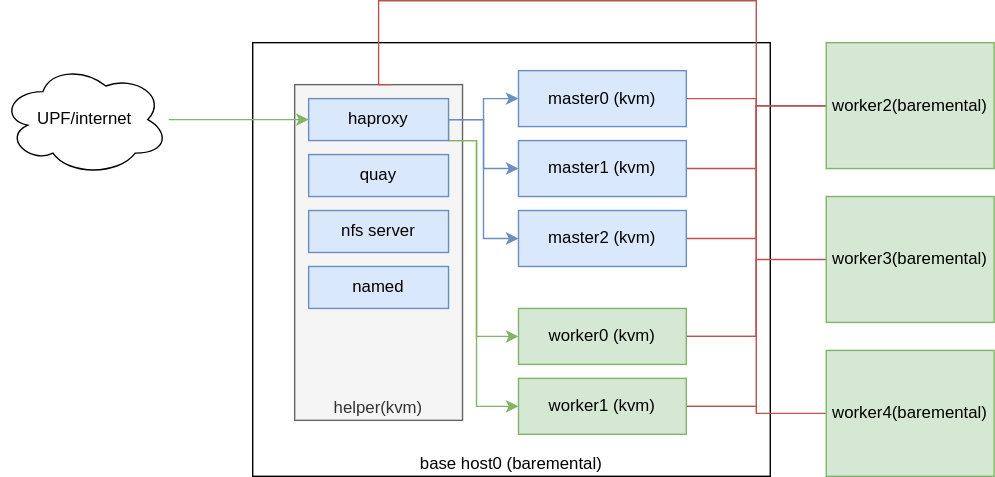
Before: redhat/ocp4/4.5/dia/4.5.install.dia.drawio.svg, a diagram exported from draw.io (wangzheng422/docker_env). Source tidied: cells renumbered, new cells last; positions are measured from the earlier drawing's top-left corner, leaving out a move shared by most shapes.
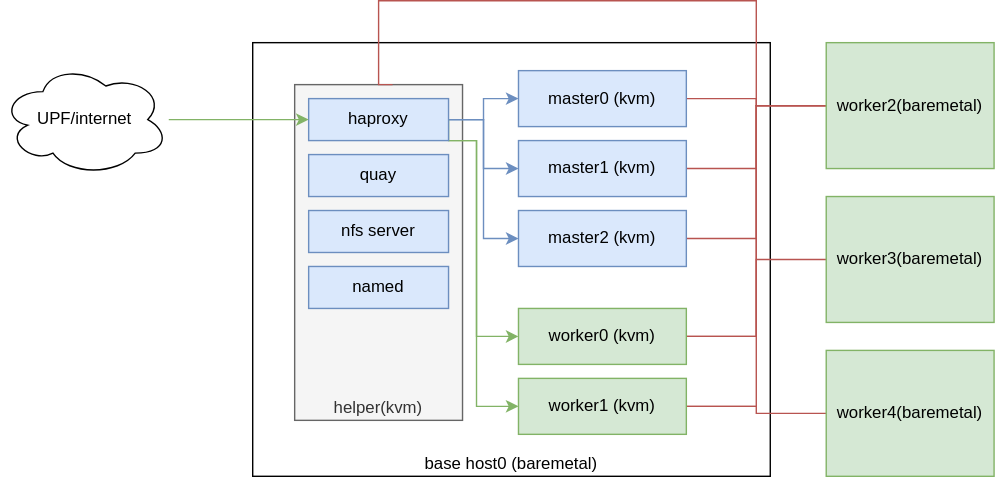
Later version of the same file.

What changed in the source:
```diff
@@ -2,7 +2,7 @@
   <root>
     <mxCell id="0" />
     <mxCell id="1" parent="0" />
-    <mxCell id="2" value="base host0 (baremental)" style="rounded=0;whiteSpace=wrap;html=1;verticalAlign=bottom;" parent="1" vertex="1">
+    <mxCell id="2" value="base host0 (baremetal)" style="rounded=0;whiteSpace=wrap;html=1;verticalAlign=bottom;" parent="1" vertex="1">
       <mxGeometry x="180" y="30" width="370" height="310" as="geometry" />
     </mxCell>
     <mxCell id="3" value="1" parent="0" />
@@ -91,7 +91,7 @@
         </Array>
       </mxGeometry>
     </mxCell>
-    <mxCell id="27" value="worker2(baremental)" style="rounded=0;whiteSpace=wrap;html=1;fillColor=#d5e8d4;strokeColor=#82b366;" parent="5" vertex="1">
+    <mxCell id="27" value="worker2(baremetal)" style="rounded=0;whiteSpace=wrap;html=1;fillColor=#d5e8d4;strokeColor=#82b366;" parent="5" vertex="1">
       <mxGeometry x="590" y="30" width="120" height="90" as="geometry" />
     </mxCell>
     <mxCell id="28" style="edgeStyle=orthogonalEdgeStyle;rounded=0;jettySize=auto;html=1;fillColor=#d5e8d4;strokeColor=#82b366;" parent="5" edge="1" source="29" target="23">
@@ -100,10 +100,10 @@
     <mxCell id="29" value="UPF/internet" style="ellipse;shape=cloud;whiteSpace=wrap;html=1;" parent="5" vertex="1">
       <mxGeometry y="45" width="120" height="80" as="geometry" />
     </mxCell>
-    <mxCell id="30" value="worker3(baremental)" style="rounded=0;whiteSpace=wrap;html=1;fillColor=#d5e8d4;strokeColor=#82b366;" parent="5" vertex="1">
+    <mxCell id="30" value="worker3(baremetal)" style="rounded=0;whiteSpace=wrap;html=1;fillColor=#d5e8d4;strokeColor=#82b366;" parent="5" vertex="1">
       <mxGeometry x="590" y="140" width="120" height="90" as="geometry" />
     </mxCell>
-    <mxCell id="31" value="worker4(baremental)" style="rounded=0;whiteSpace=wrap;html=1;fillColor=#d5e8d4;strokeColor=#82b366;" parent="5" vertex="1">
+    <mxCell id="31" value="worker4(baremetal)" style="rounded=0;whiteSpace=wrap;html=1;fillColor=#d5e8d4;strokeColor=#82b366;" parent="5" vertex="1">
       <mxGeometry x="590" y="250" width="120" height="90" as="geometry" />
     </mxCell>
     <mxCell id="32" value="named" style="rounded=0;whiteSpace=wrap;html=1;fillColor=#dae8fc;strokeColor=#6c8ebf;" parent="5" vertex="1">
```
